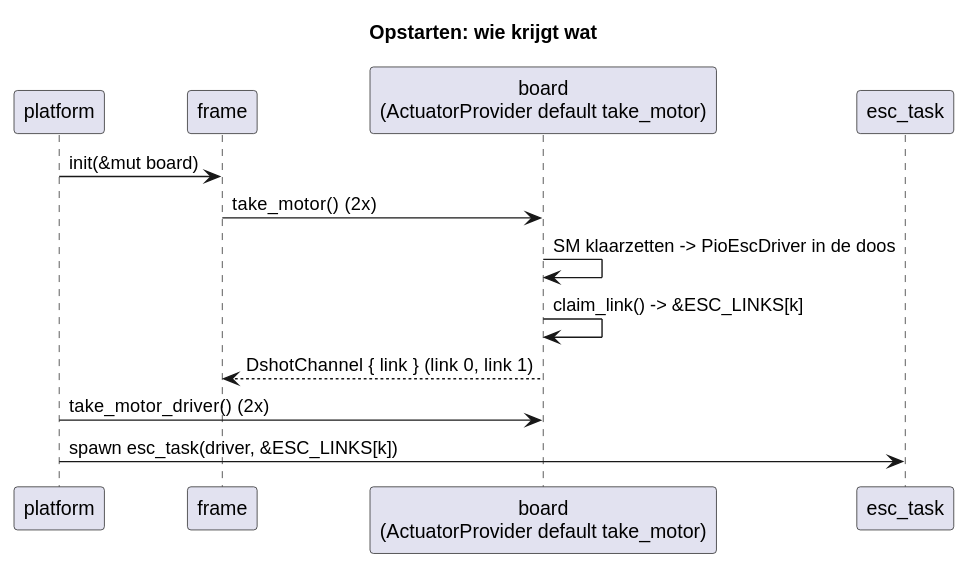
This is temp/architectuur_002.svg from Theodorus3Doezoe/rust_fc, a PlantUML export, as it was before one commit. Source of this version:
```plantuml
@startuml
title Opstarten: wie krijgt wat

participant "platform" as P
participant "frame" as F
participant "board\n(ActuatorProvider default take_motor)" as B
participant "esc_task" as T

P -> F : init(&mut board)
F -> B : take_motor()  (2x)
B -> B : SM klaarzetten -> PioEscDriver in de doos
B -> B : claim_link() -> &ESC_LINKS[k]
B --> F : DshotChannel { link }  (link 0, link 1)
P -> B : take_motor_driver()  (2x)
P -> T : spawn esc_task(driver, &ESC_LINKS[k])
@enduml
```
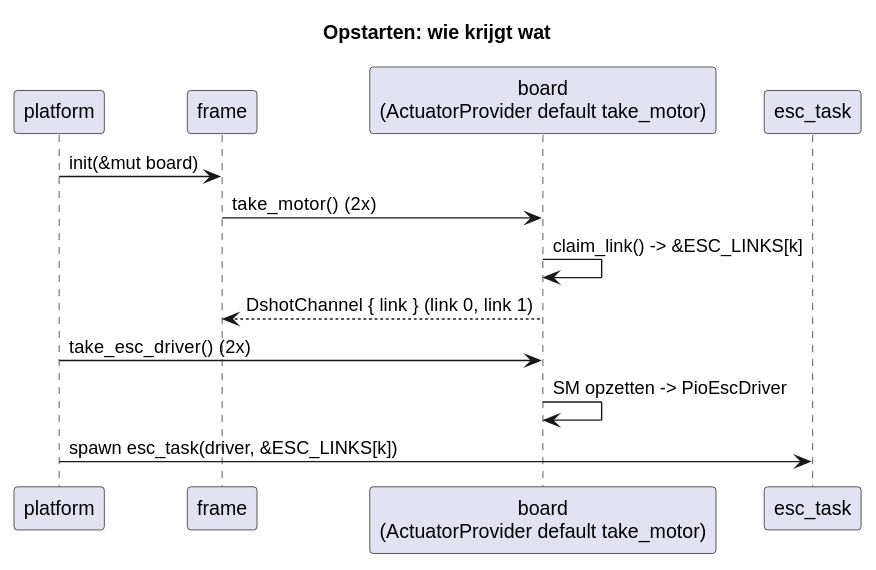
The same diagram one commit later.

Commit message:
docs: fase B status + diagrammen

What changed in the source:
```diff
@@ -8,9 +8,9 @@
 
 P -> F : init(&mut board)
 F -> B : take_motor()  (2x)
-B -> B : SM klaarzetten -> PioEscDriver in de doos
 B -> B : claim_link() -> &ESC_LINKS[k]
 B --> F : DshotChannel { link }  (link 0, link 1)
-P -> B : take_motor_driver()  (2x)
+P -> B : take_esc_driver()  (2x)
+B -> B : SM opzetten -> PioEscDriver
 P -> T : spawn esc_task(driver, &ESC_LINKS[k])
 @enduml
```
